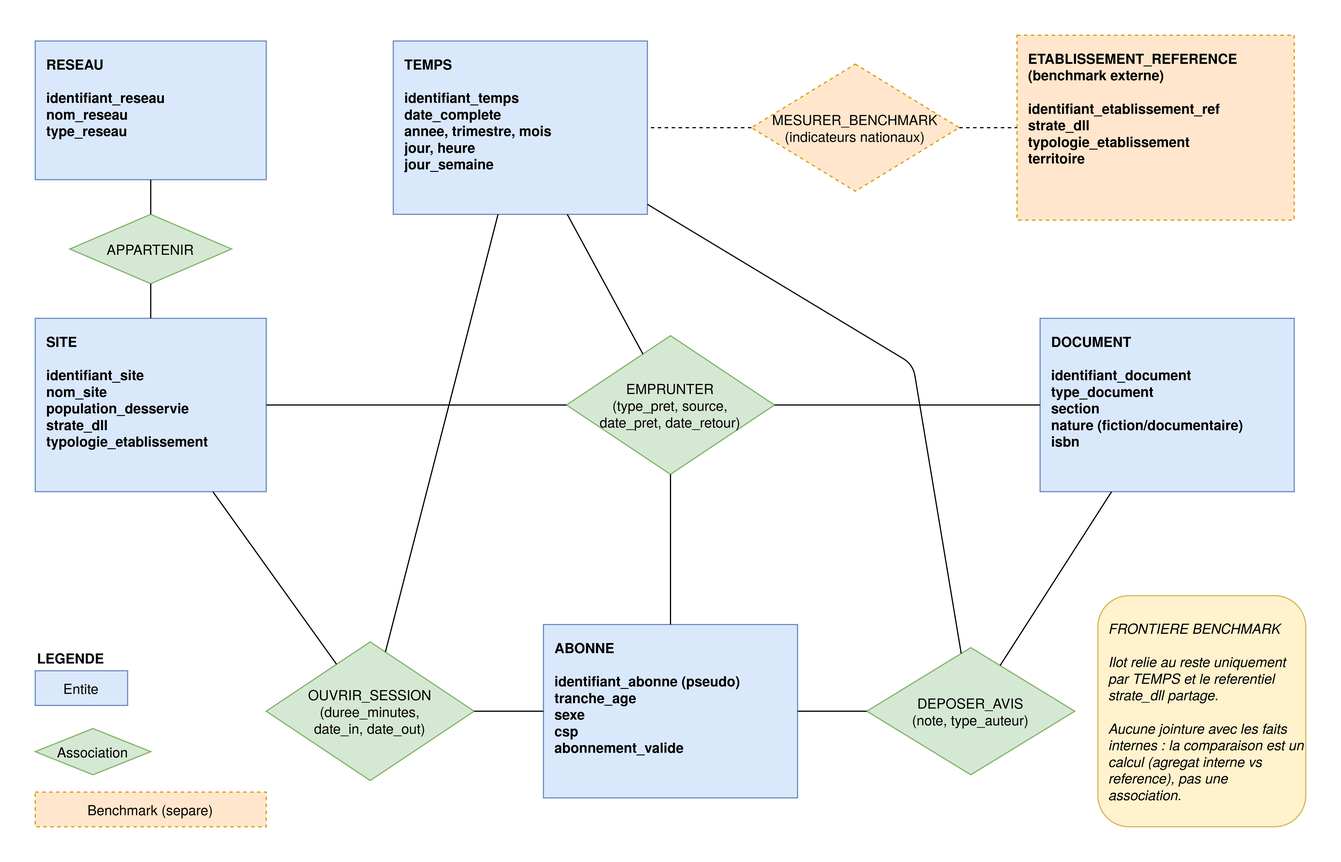
Above: MCD.png in Minaanimmina/architecture-projet-certif-dev-ia (draw.io), before the change. Source tidied: cells renumbered, new cells last; positions are measured from the earlier drawing's top-left corner, leaving out a move shared by most shapes.
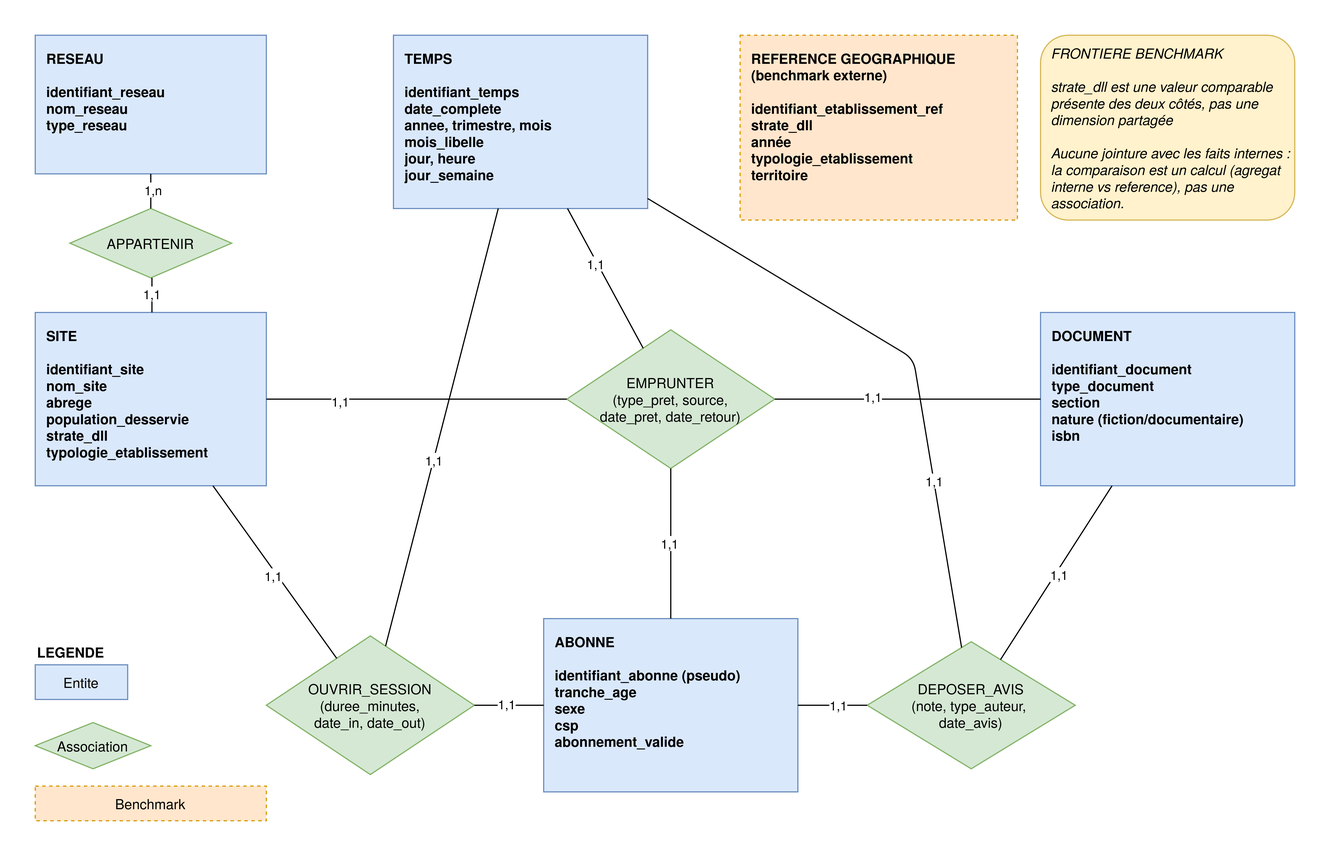
After the commit.

Change to the diagram source:
```diff
@@ -5,7 +5,7 @@
     <mxCell id="2" value="RESEAU&#10;&#10;identifiant_reseau&#10;nom_reseau&#10;type_reseau" style="rounded=0;whiteSpace=wrap;html=1;align=left;verticalAlign=top;spacingLeft=8;spacingTop=6;fillColor=#dae8fc;strokeColor=#6c8ebf;fontStyle=1;" parent="1" vertex="1">
       <mxGeometry y="5" width="200" height="120" as="geometry" />
     </mxCell>
-    <mxCell id="3" value="SITE&#10;&#10;identifiant_site&#10;nom_site&#10;population_desservie&#10;strate_dll&#10;typologie_etablissement" style="rounded=0;whiteSpace=wrap;html=1;align=left;verticalAlign=top;spacingLeft=8;spacingTop=6;fillColor=#dae8fc;strokeColor=#6c8ebf;fontStyle=1;" parent="1" vertex="1">
+    <mxCell id="3" value="SITE&lt;br&gt;&lt;br&gt;identifiant_site&lt;br&gt;&lt;div&gt;nom_site&lt;/div&gt;&lt;div&gt;abrege&lt;/div&gt;population_desservie&lt;br&gt;strate_dll&lt;br&gt;typologie_etablissement" style="rounded=0;whiteSpace=wrap;html=1;align=left;verticalAlign=top;spacingLeft=8;spacingTop=6;fillColor=#dae8fc;strokeColor=#6c8ebf;fontStyle=1;" parent="1" vertex="1">
       <mxGeometry y="245" width="200" height="150" as="geometry" />
     </mxCell>
     <mxCell id="4" value="ABONNE&#10;&#10;identifiant_abonne (pseudo)&#10;tranche_age&#10;sexe&#10;csp&#10;abonnement_valide" style="rounded=0;whiteSpace=wrap;html=1;align=left;verticalAlign=top;spacingLeft=8;spacingTop=6;fillColor=#dae8fc;strokeColor=#6c8ebf;fontStyle=1;" parent="1" vertex="1">
@@ -14,11 +14,11 @@
     <mxCell id="5" value="DOCUMENT&#10;&#10;identifiant_document&#10;type_document&#10;section&#10;nature (fiction/documentaire)&#10;isbn" style="rounded=0;whiteSpace=wrap;html=1;align=left;verticalAlign=top;spacingLeft=8;spacingTop=6;fillColor=#dae8fc;strokeColor=#6c8ebf;fontStyle=1;" parent="1" vertex="1">
       <mxGeometry x="870" y="245" width="220" height="150" as="geometry" />
     </mxCell>
-    <mxCell id="6" value="TEMPS&#10;&#10;identifiant_temps&#10;date_complete&#10;annee, trimestre, mois&#10;jour, heure&#10;jour_semaine" style="rounded=0;whiteSpace=wrap;html=1;align=left;verticalAlign=top;spacingLeft=8;spacingTop=6;fillColor=#dae8fc;strokeColor=#6c8ebf;fontStyle=1;" parent="1" vertex="1">
+    <mxCell id="6" value="TEMPS&lt;br&gt;&lt;br&gt;identifiant_temps&lt;br&gt;date_complete&lt;br&gt;&lt;div&gt;annee, trimestre, mois&lt;/div&gt;&lt;div&gt;mois_libelle&lt;/div&gt;jour, heure&lt;br&gt;jour_semaine" style="rounded=0;whiteSpace=wrap;html=1;align=left;verticalAlign=top;spacingLeft=8;spacingTop=6;fillColor=#dae8fc;strokeColor=#6c8ebf;fontStyle=1;" parent="1" vertex="1">
       <mxGeometry x="310" y="5" width="220" height="150" as="geometry" />
     </mxCell>
-    <mxCell id="7" value="ETABLISSEMENT_REFERENCE&#10;(benchmark externe)&#10;&#10;identifiant_etablissement_ref&#10;strate_dll&#10;typologie_etablissement&#10;territoire" style="rounded=0;whiteSpace=wrap;html=1;align=left;verticalAlign=top;spacingLeft=8;spacingTop=6;fillColor=#ffe6cc;strokeColor=#d79b00;fontStyle=1;dashed=1;" parent="1" vertex="1">
-      <mxGeometry x="850" width="240" height="160" as="geometry" />
+    <mxCell id="7" value="REFERENCE GEOGRAPHIQUE&lt;br&gt;(benchmark externe)&lt;br&gt;&lt;br&gt;identifiant_etablissement_ref&lt;br&gt;&lt;div&gt;strate_dll&lt;/div&gt;&lt;div&gt;année&lt;/div&gt;typologie_etablissement&lt;br&gt;territoire" style="rounded=0;whiteSpace=wrap;html=1;align=left;verticalAlign=top;spacingLeft=8;spacingTop=6;fillColor=#ffe6cc;strokeColor=#d79b00;fontStyle=1;dashed=1;" parent="1" vertex="1">
+      <mxGeometry x="610" y="5" width="240" height="160" as="geometry" />
     </mxCell>
     <mxCell id="8" value="APPARTENIR" style="rhombus;whiteSpace=wrap;html=1;fillColor=#d5e8d4;strokeColor=#82b366;" parent="1" vertex="1">
       <mxGeometry x="30" y="155" width="140" height="60" as="geometry" />
@@ -29,45 +29,88 @@
     <mxCell id="10" value="OUVRIR_SESSION&#10;(duree_minutes,&#10;date_in, date_out)" style="rhombus;whiteSpace=wrap;html=1;fillColor=#d5e8d4;strokeColor=#82b366;" parent="1" vertex="1">
       <mxGeometry x="200" y="525" width="180" height="120" as="geometry" />
     </mxCell>
-    <mxCell id="11" value="DEPOSER_AVIS&#10;(note, type_auteur)" style="rhombus;whiteSpace=wrap;html=1;fillColor=#d5e8d4;strokeColor=#82b366;" parent="1" vertex="1">
+    <mxCell id="11" value="DEPOSER_AVIS&lt;br&gt;&lt;div&gt;(note, type_auteur,&amp;nbsp;&lt;/div&gt;&lt;div&gt;date_avis)&lt;/div&gt;" style="rhombus;whiteSpace=wrap;html=1;fillColor=#d5e8d4;strokeColor=#82b366;" parent="1" vertex="1">
       <mxGeometry x="720" y="530" width="180" height="110" as="geometry" />
     </mxCell>
-    <mxCell id="12" value="MESURER_BENCHMARK&#10;(indicateurs nationaux)" style="rhombus;whiteSpace=wrap;html=1;fillColor=#ffe6cc;strokeColor=#d79b00;dashed=1;" parent="1" vertex="1">
-      <mxGeometry x="620" y="25" width="180" height="110" as="geometry" />
-    </mxCell>
     <mxCell id="13" style="endArrow=none;html=1;" parent="1" edge="1" source="8" target="2">
       <mxGeometry relative="1" as="geometry" />
     </mxCell>
+    <mxCell id="32" value="1,n" style="edgeLabel;html=1;align=center;verticalAlign=middle;" parent="13" vertex="1">
+      <mxGeometry x="0.06" y="-1" relative="1" as="geometry" />
+    </mxCell>
-    <mxCell id="14" style="endArrow=none;html=1;" parent="1" edge="1" source="8" target="3">
-      <mxGeometry relative="1" as="geometry" />
+    <mxCell id="14" style="endArrow=none;html=1;" parent="1" edge="1">
+      <mxGeometry relative="1" as="geometry">
+        <mxPoint x="101" y="215" as="sourcePoint" />
+        <mxPoint x="101" y="245" as="targetPoint" />
+      </mxGeometry>
     </mxCell>
+    <mxCell id="33" value="1,1" style="edgeLabel;html=1;align=center;verticalAlign=middle;" parent="14" vertex="1">
+      <mxGeometry x="-0.12" y="-1" relative="1" as="geometry" />
+    </mxCell>
     <mxCell id="15" style="endArrow=none;html=1;" parent="1" edge="1" source="9" target="4">
       <mxGeometry relative="1" as="geometry" />
     </mxCell>
+    <mxCell id="34" value="1,1" style="edgeLabel;html=1;align=center;verticalAlign=middle;" parent="15" vertex="1">
+      <mxGeometry x="-0.01" y="-2" relative="1" as="geometry" />
+    </mxCell>
     <mxCell id="16" style="endArrow=none;html=1;" parent="1" edge="1" source="9" target="5">
       <mxGeometry relative="1" as="geometry" />
     </mxCell>
+    <mxCell id="35" value="1,1" style="edgeLabel;html=1;align=center;verticalAlign=middle;" parent="16" vertex="1">
+      <mxGeometry x="-0.26" y="3" relative="1" as="geometry">
+        <mxPoint x="-1" as="offset" />
+      </mxGeometry>
+    </mxCell>
     <mxCell id="17" style="endArrow=none;html=1;" parent="1" edge="1" source="9" target="3">
       <mxGeometry relative="1" as="geometry" />
     </mxCell>
+    <mxCell id="36" value="1,1" style="edgeLabel;html=1;align=center;verticalAlign=middle;" parent="17" vertex="1">
+      <mxGeometry x="0.51" y="1" relative="1" as="geometry">
+        <mxPoint x="-1" as="offset" />
+      </mxGeometry>
+    </mxCell>
     <mxCell id="18" style="endArrow=none;html=1;" parent="1" edge="1" source="9" target="6">
       <mxGeometry relative="1" as="geometry" />
     </mxCell>
+    <mxCell id="37" value="1,1" style="edgeLabel;html=1;align=center;verticalAlign=middle;" parent="18" vertex="1">
+      <mxGeometry x="0.24" y="2" relative="1" as="geometry" />
+    </mxCell>
     <mxCell id="19" style="endArrow=none;html=1;" parent="1" edge="1" source="10" target="4">
       <mxGeometry relative="1" as="geometry" />
     </mxCell>
+    <mxCell id="38" value="1,1" style="edgeLabel;html=1;align=center;verticalAlign=middle;" parent="19" vertex="1">
+      <mxGeometry x="-0.08" y="2" relative="1" as="geometry">
+        <mxPoint x="-1" as="offset" />
+      </mxGeometry>
+    </mxCell>
     <mxCell id="20" style="endArrow=none;html=1;" parent="1" edge="1" source="10" target="3">
       <mxGeometry relative="1" as="geometry" />
     </mxCell>
+    <mxCell id="39" value="1,1" style="edgeLabel;html=1;align=center;verticalAlign=middle;" parent="20" vertex="1">
+      <mxGeometry x="-0.01" y="3" relative="1" as="geometry" />
+    </mxCell>
     <mxCell id="21" style="endArrow=none;html=1;" parent="1" edge="1" source="10" target="6">
       <mxGeometry relative="1" as="geometry" />
     </mxCell>
+    <mxCell id="40" value="1,1" style="edgeLabel;html=1;align=center;verticalAlign=middle;" parent="21" vertex="1">
+      <mxGeometry x="-0.15" relative="1" as="geometry">
+        <mxPoint y="-1" as="offset" />
+      </mxGeometry>
+    </mxCell>
     <mxCell id="22" style="endArrow=none;html=1;" parent="1" edge="1" source="11" target="4">
       <mxGeometry relative="1" as="geometry" />
     </mxCell>
+    <mxCell id="41" value="1,1" style="edgeLabel;html=1;align=center;verticalAlign=middle;" parent="22" vertex="1">
+      <mxGeometry x="-0.16" y="-1" relative="1" as="geometry">
+        <mxPoint x="-1" as="offset" />
+      </mxGeometry>
+    </mxCell>
     <mxCell id="23" style="endArrow=none;html=1;" parent="1" edge="1" source="11" target="5">
       <mxGeometry relative="1" as="geometry" />
     </mxCell>
+    <mxCell id="42" value="1,1" style="edgeLabel;html=1;align=center;verticalAlign=middle;" parent="23" vertex="1">
+      <mxGeometry y="-2" relative="1" as="geometry" />
+    </mxCell>
     <mxCell id="24" style="endArrow=none;html=1;" parent="1" edge="1" source="11" target="6">
       <mxGeometry relative="1" as="geometry">
         <Array as="points">
@@ -75,14 +118,11 @@
         </Array>
       </mxGeometry>
     </mxCell>
-    <mxCell id="25" style="endArrow=none;html=1;dashed=1;" parent="1" edge="1" source="12" target="7">
-      <mxGeometry relative="1" as="geometry" />
-    </mxCell>
-    <mxCell id="26" style="endArrow=none;html=1;dashed=1;" parent="1" edge="1" source="12" target="6">
-      <mxGeometry relative="1" as="geometry" />
-    </mxCell>
+    <mxCell id="43" value="1,1" style="edgeLabel;html=1;align=center;verticalAlign=middle;" parent="24" vertex="1">
+      <mxGeometry x="-0.44" relative="1" as="geometry" />
+    </mxCell>
-    <mxCell id="27" value="&lt;div&gt;FRONTIERE BENCHMARK&lt;/div&gt;&lt;div&gt;&lt;br&gt;&lt;/div&gt;&lt;div&gt;Ilot relie au reste uniquement par TEMPS et le referentiel strate_dll partage.&lt;/div&gt;&lt;div&gt;&lt;br&gt;&lt;/div&gt;Aucune jointure avec les faits internes : la comparaison est un calcul (agregat interne vs reference), pas une association." style="rounded=1;whiteSpace=wrap;html=1;fillColor=#fff2cc;strokeColor=#d6b656;align=left;spacingLeft=8;fontStyle=2;" parent="1" vertex="1">
-      <mxGeometry x="920" y="485" width="180" height="200" as="geometry" />
+    <mxCell id="27" value="&lt;div&gt;FRONTIERE BENCHMARK&lt;/div&gt;&lt;div&gt;&lt;br&gt;&lt;/div&gt;&lt;div&gt;strate_dll est une valeur comparable présente des deux côtés, pas une dimension partagée&lt;/div&gt;&lt;div&gt;&lt;br&gt;&lt;/div&gt;Aucune jointure avec les faits internes : la comparaison est un calcul (agregat interne vs reference), pas une association." style="rounded=1;whiteSpace=wrap;html=1;fillColor=#fff2cc;strokeColor=#d6b656;align=left;spacingLeft=8;fontStyle=2;" parent="1" vertex="1">
+      <mxGeometry x="870" y="5" width="220" height="160" as="geometry" />
     </mxCell>
     <mxCell id="28" value="LEGENDE" style="text;html=1;fontStyle=1;align=left;" parent="1" vertex="1">
       <mxGeometry y="525" width="120" height="20" as="geometry" />
@@ -93,7 +133,7 @@
     <mxCell id="30" value="Association" style="rhombus;whiteSpace=wrap;html=1;fillColor=#d5e8d4;strokeColor=#82b366;" parent="1" vertex="1">
       <mxGeometry y="600" width="100" height="40" as="geometry" />
     </mxCell>
-    <mxCell id="31" value="Benchmark (separe)" style="rounded=0;whiteSpace=wrap;html=1;fillColor=#ffe6cc;strokeColor=#d79b00;dashed=1;" parent="1" vertex="1">
+    <mxCell id="31" value="Benchmark" style="rounded=0;whiteSpace=wrap;html=1;fillColor=#ffe6cc;strokeColor=#d79b00;dashed=1;" parent="1" vertex="1">
       <mxGeometry y="655" width="200" height="30" as="geometry" />
     </mxCell>
   </root>
```
